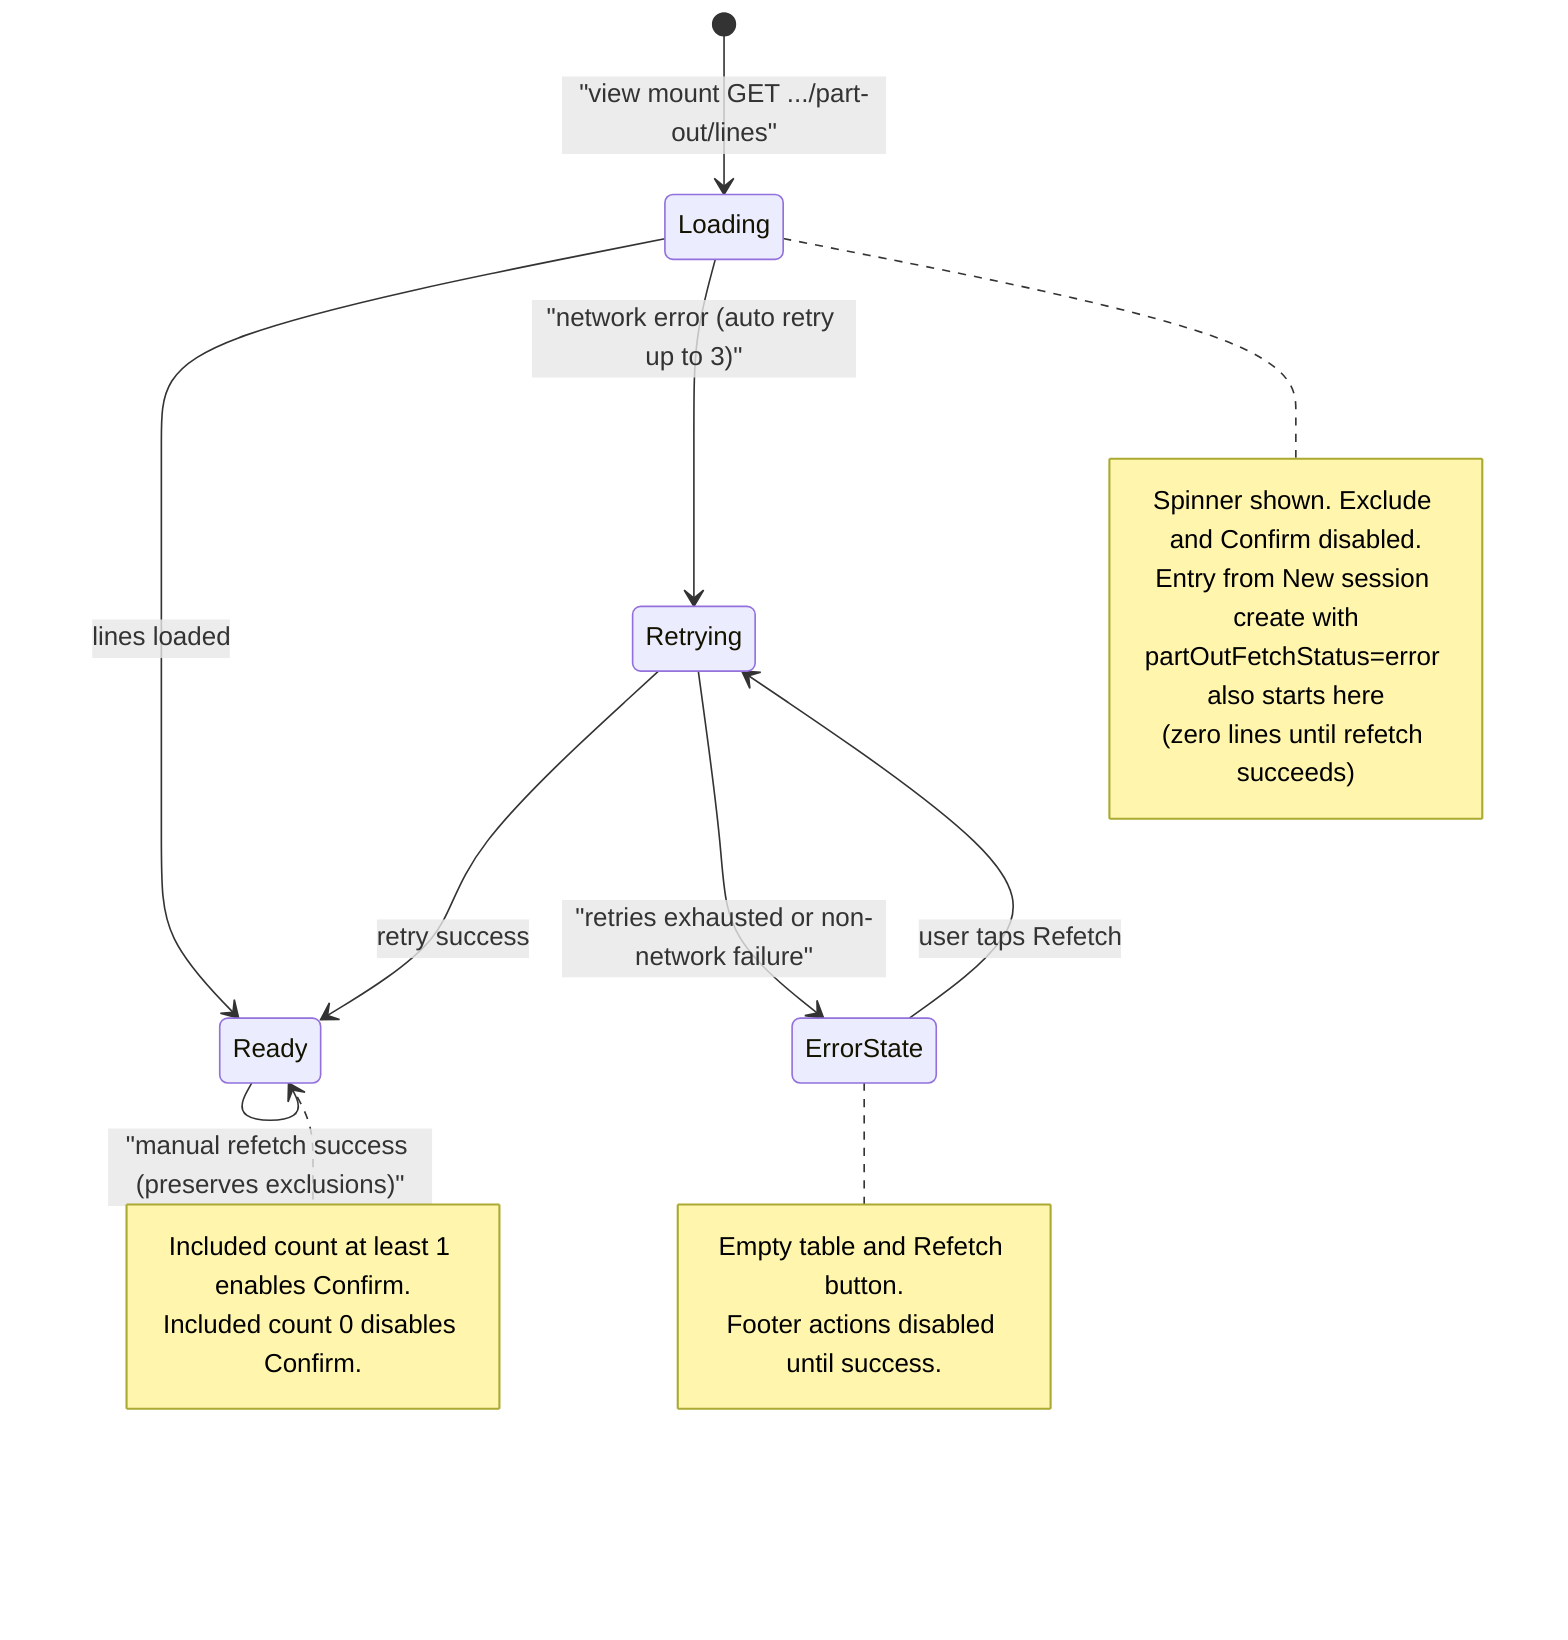
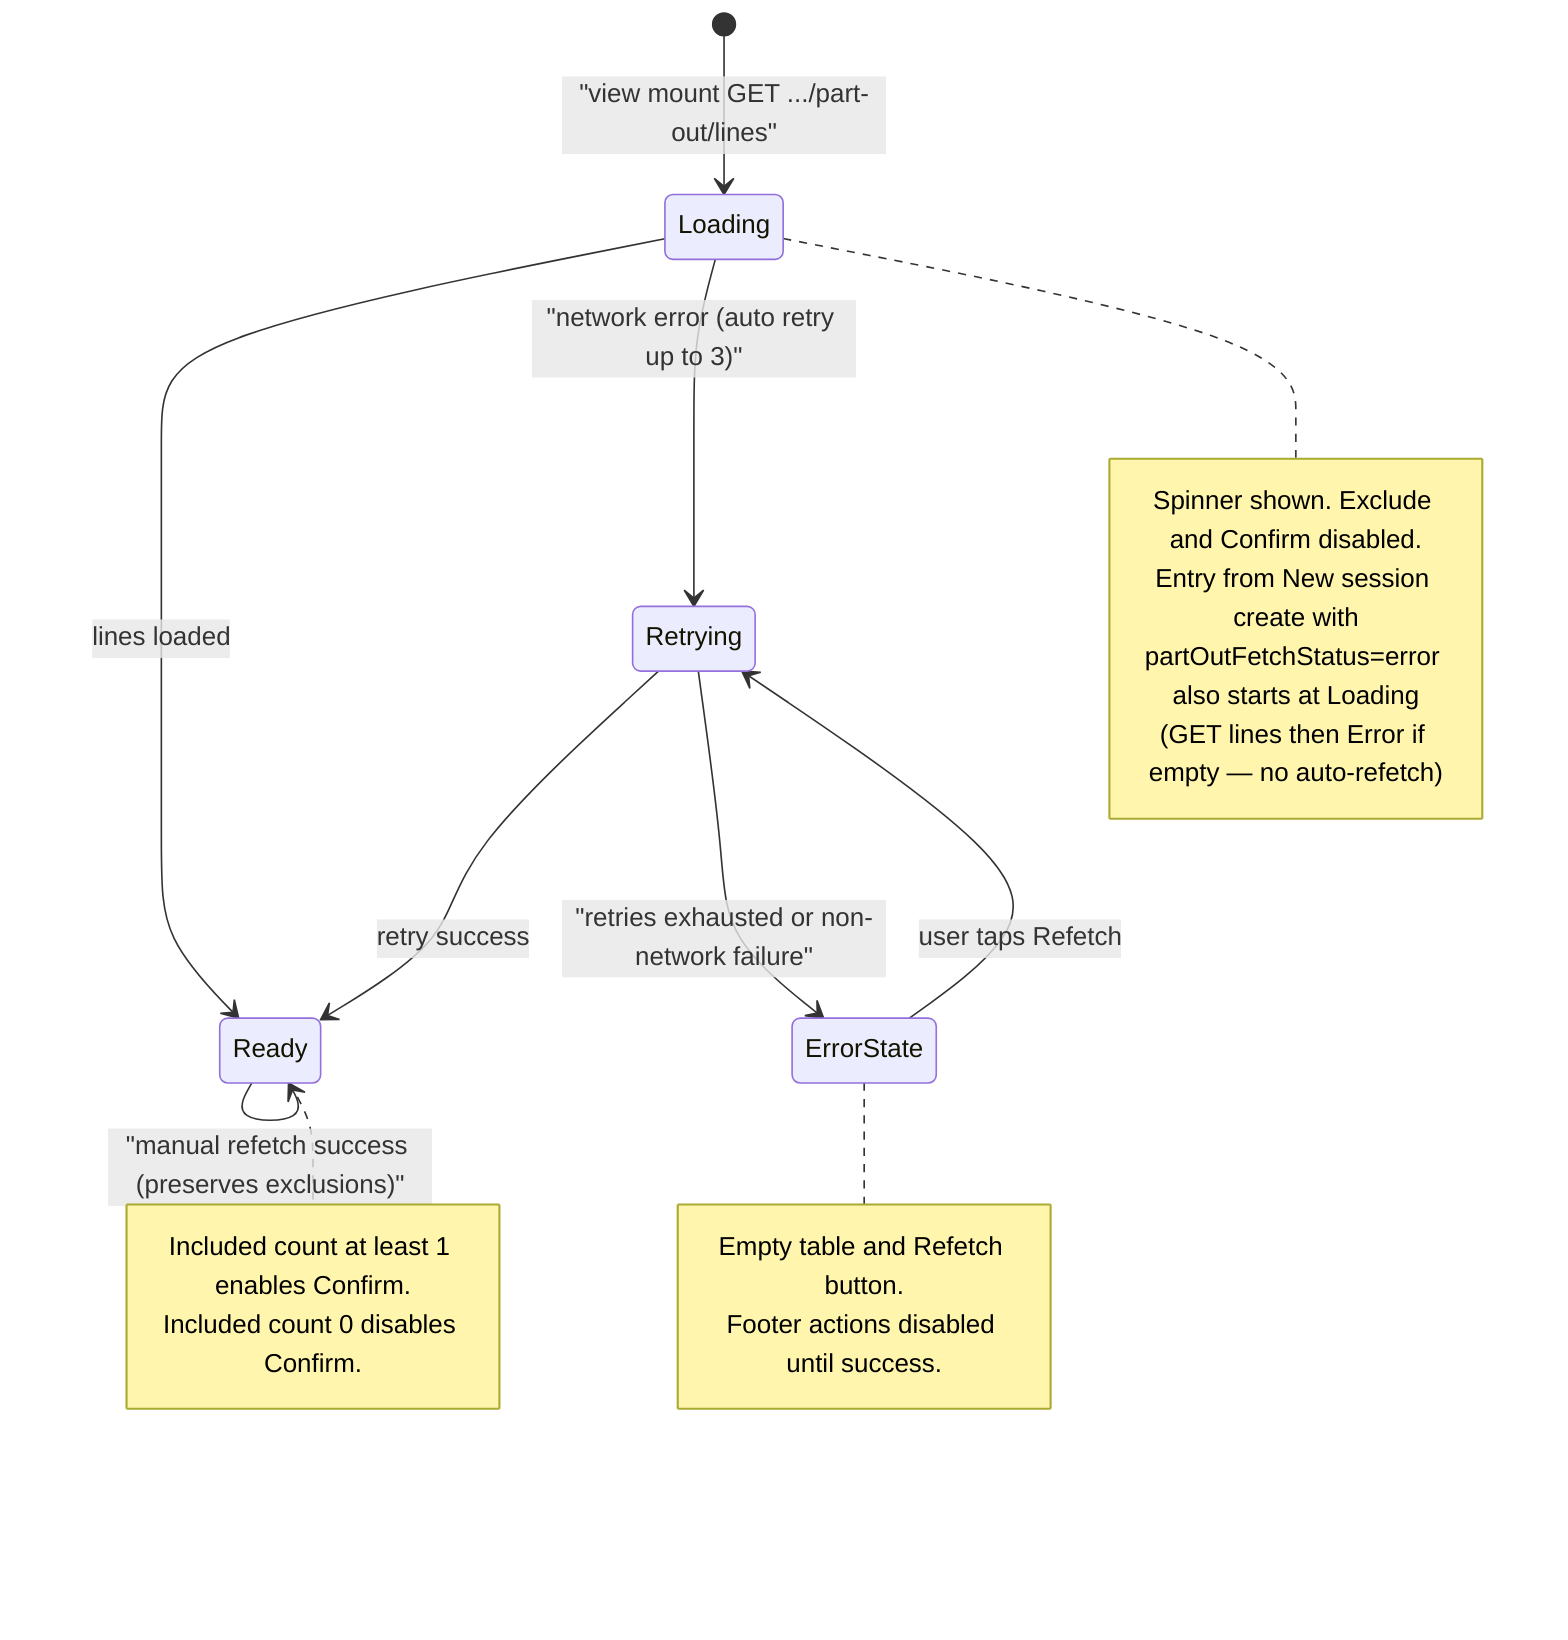
%% Part-out import — loading & fetch states (client UI)
%% Sources: docs/view-specs/part-out-import.md#loading--fetch-states,
%%          docs/view-specs/new-session.md#submit-outcomes-unit-1 (create-time fetch error → import)

stateDiagram-v2
    direction TB

    [*] --> Loading: "view mount GET .../part-out/lines"
    Loading --> Ready: lines loaded
    Loading --> Retrying: "network error (auto retry up to 3)"
    Retrying --> Ready: retry success
    Retrying --> ErrorState: "retries exhausted or non-network failure"
    ErrorState --> Retrying: user taps Refetch
    Ready --> Ready: "manual refetch success (preserves exclusions)"

    note right of Loading
        Spinner shown. Exclude and Confirm disabled.
        Entry from New session create with
-         partOutFetchStatus=error also starts here
-         (zero lines until refetch succeeds)
+         partOutFetchStatus=error also starts at Loading
+         (GET lines then Error if empty — no auto-refetch)
    end note

    note right of Ready
        Included count at least 1 enables Confirm.
        Included count 0 disables Confirm.
    end note

    note right of ErrorState
        Empty table and Refetch button.
        Footer actions disabled until success.
    end note
